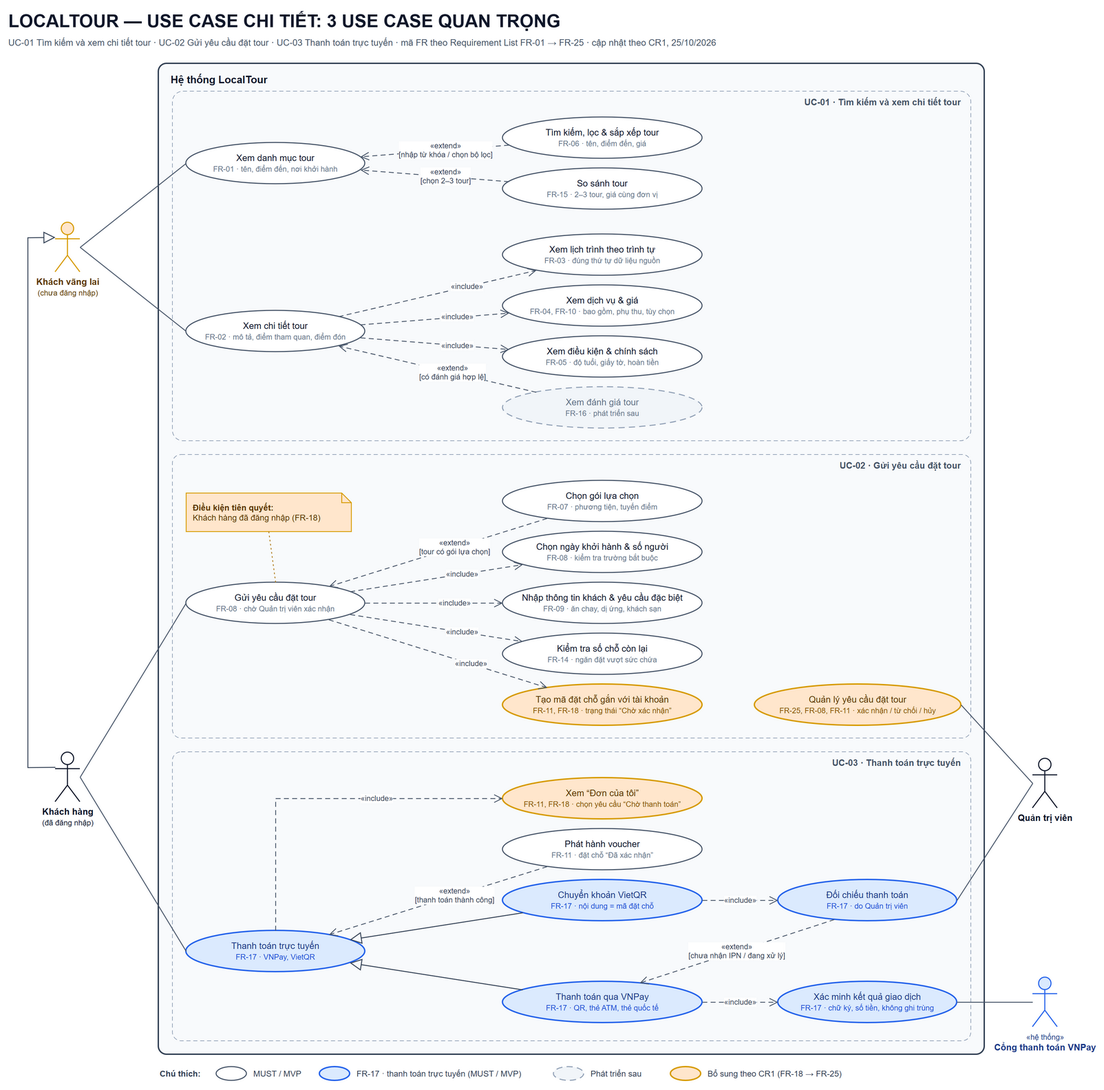
Before: docs/diagram/so-do-use-case-3-uc-quan-trong_localtour.drawio.png, a diagram exported from draw.io (kannar04/LocalTour_Project). Source tidied: cells renumbered, new cells last; positions are measured from the earlier drawing's top-left corner, leaving out a move shared by most shapes.
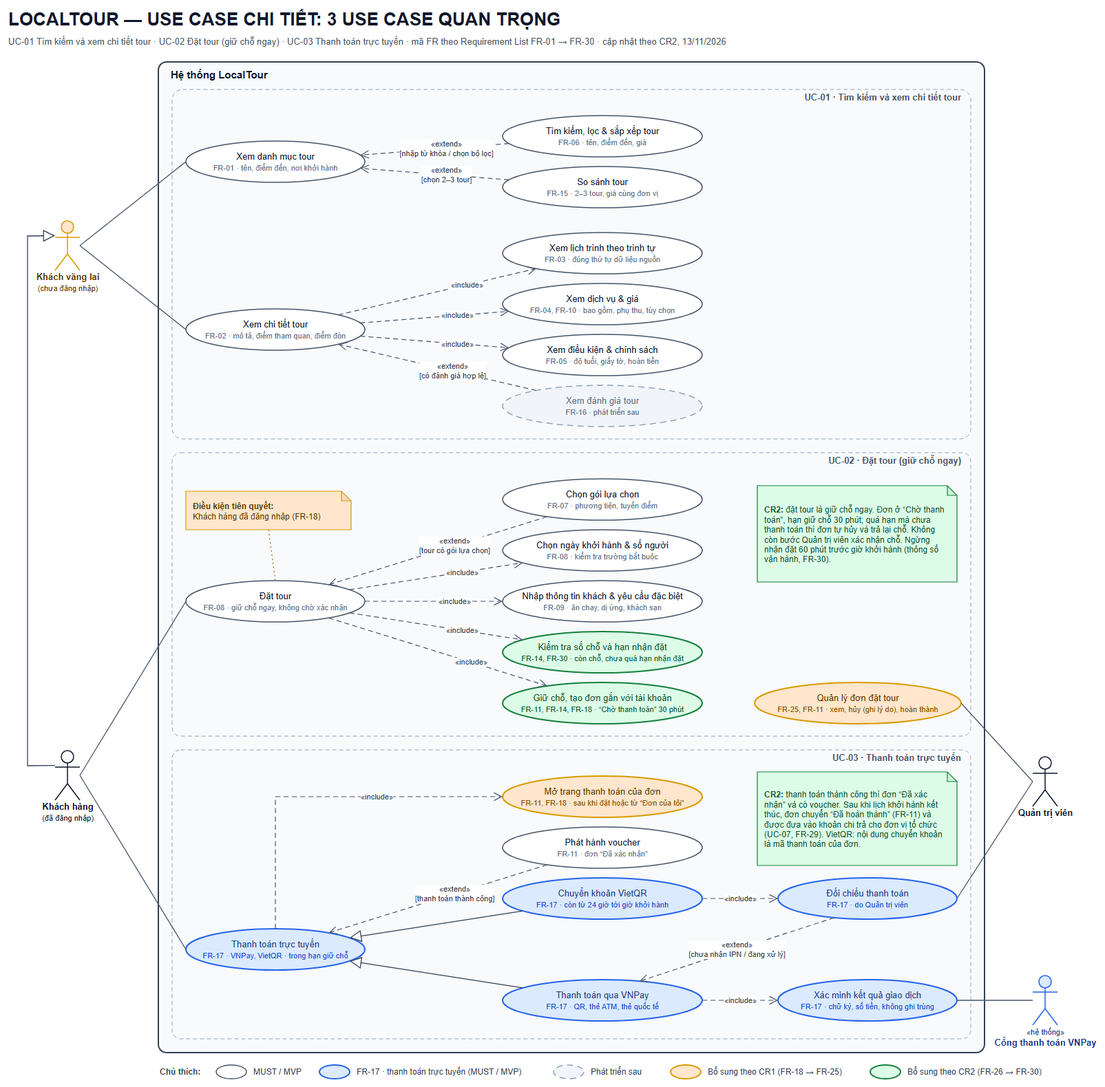
The same file after the commit.

Commit message:
6.11: Cập nhật sơ đồ Use Case, BPMN, phân rã chức năng và user flow theo CR2; thêm BPMN chi trả cho đơn vị tổ chức

What changed in the source:
```diff
@@ -5,7 +5,7 @@
     <mxCell id="2" value="LOCALTOUR — USE CASE CHI TIẾT: 3 USE CASE QUAN TRỌNG" style="text;html=1;align=left;verticalAlign=middle;fontSize=26;fontStyle=1;fontColor=#0f172a;" parent="1" vertex="1">
       <mxGeometry width="1400" height="40" as="geometry" />
     </mxCell>
-    <mxCell id="3" value="UC-01 Tìm kiếm và xem chi tiết tour · UC-02 Gửi yêu cầu đặt tour · UC-03 Thanh toán trực tuyến · mã FR theo Requirement List FR-01 → FR-25 · cập nhật theo CR1, 25/10/2026" style="text;html=1;align=left;verticalAlign=middle;fontSize=13;fontColor=#475569;" parent="1" vertex="1">
+    <mxCell id="3" value="UC-01 Tìm kiếm và xem chi tiết tour · UC-02 Đặt tour (giữ chỗ ngay) · UC-03 Thanh toán trực tuyến · mã FR theo Requirement List FR-01 → FR-30 · cập nhật theo CR2, 13/11/2026" style="text;html=1;align=left;verticalAlign=middle;fontSize=13;fontColor=#475569;" parent="1" vertex="1">
       <mxGeometry y="40" width="1400" height="24" as="geometry" />
     </mxCell>
     <mxCell id="4" value="Hệ thống LocalTour" style="rounded=1;arcSize=1;html=1;whiteSpace=wrap;fillColor=#f8fafc;strokeColor=#334155;strokeWidth=2;verticalAlign=top;align=left;spacingLeft=16;spacingTop=8;fontSize=15;fontStyle=1;fontColor=#0f172a;" parent="1" vertex="1">
@@ -14,7 +14,7 @@
     <mxCell id="5" value="UC-01 · Tìm kiếm và xem chi tiết tour" style="rounded=1;arcSize=3;html=1;whiteSpace=wrap;fillColor=none;strokeColor=#94a3b8;dashed=1;dashPattern=6 4;verticalAlign=top;align=left;spacingLeft=10;spacingTop=2;fontSize=12;fontStyle=1;fontColor=#64748b;align=right;spacingRight=12;fontSize=13;fontColor=#475569;" parent="1" vertex="1">
       <mxGeometry x="240" y="122" width="1160" height="508" as="geometry" />
     </mxCell>
-    <mxCell id="6" value="UC-02 · Gửi yêu cầu đặt tour" style="rounded=1;arcSize=3;html=1;whiteSpace=wrap;fillColor=none;strokeColor=#94a3b8;dashed=1;dashPattern=6 4;verticalAlign=top;align=left;spacingLeft=10;spacingTop=2;fontSize=12;fontStyle=1;fontColor=#64748b;align=right;spacingRight=12;fontSize=13;fontColor=#475569;" parent="1" vertex="1">
+    <mxCell id="6" value="UC-02 · Đặt tour (giữ chỗ ngay)" style="rounded=1;arcSize=3;html=1;whiteSpace=wrap;fillColor=none;strokeColor=#94a3b8;dashed=1;dashPattern=6 4;verticalAlign=top;align=left;spacingLeft=10;spacingTop=2;fontSize=12;fontStyle=1;fontColor=#64748b;align=right;spacingRight=12;fontSize=13;fontColor=#475569;" parent="1" vertex="1">
       <mxGeometry x="240" y="650" width="1160" height="412" as="geometry" />
     </mxCell>
     <mxCell id="7" value="UC-03 · Thanh toán trực tuyến" style="rounded=1;arcSize=3;html=1;whiteSpace=wrap;fillColor=none;strokeColor=#94a3b8;dashed=1;dashPattern=6 4;verticalAlign=top;align=left;spacingLeft=10;spacingTop=2;fontSize=12;fontStyle=1;fontColor=#64748b;align=right;spacingRight=12;fontSize=13;fontColor=#475569;" parent="1" vertex="1">
@@ -44,7 +44,7 @@
     <mxCell id="15" value="Xem đánh giá tour&lt;br&gt;&lt;span style=&quot;font-size:11px;color:#64748b&quot;&gt;FR-16 · phát triển sau&lt;/span&gt;" style="ellipse;html=1;whiteSpace=wrap;fillColor=#f1f5f9;strokeColor=#94a3b8;strokeWidth=1.5;dashed=1;dashPattern=6 4;fontSize=13;fontColor=#64748b;spacing=6;" parent="1" vertex="1">
       <mxGeometry x="720" y="552" width="290" height="60" as="geometry" />
     </mxCell>
-    <mxCell id="16" value="Gửi yêu cầu đặt tour&lt;br&gt;&lt;span style=&quot;font-size:11px;color:#64748b&quot;&gt;FR-08 · chờ Quản trị viên xác nhận&lt;/span&gt;" style="ellipse;html=1;whiteSpace=wrap;fillColor=#ffffff;strokeColor=#475569;strokeWidth=1.5;fontSize=13;fontColor=#0f172a;spacing=6;" parent="1" vertex="1">
+    <mxCell id="16" value="Đặt tour&lt;br&gt;&lt;span style=&quot;font-size:11px;color:#64748b&quot;&gt;FR-08 · giữ chỗ ngay, không chờ xác nhận&lt;/span&gt;" style="ellipse;html=1;whiteSpace=wrap;fillColor=#ffffff;strokeColor=#475569;strokeWidth=1.5;fontSize=13;fontColor=#0f172a;spacing=6;" parent="1" vertex="1">
       <mxGeometry x="260" y="836" width="260" height="60" as="geometry" />
     </mxCell>
     <mxCell id="17" value="Chọn gói lựa chọn&lt;br&gt;&lt;span style=&quot;font-size:11px;color:#64748b&quot;&gt;FR-07 · phương tiện, tuyến điểm&lt;/span&gt;" style="ellipse;html=1;whiteSpace=wrap;fillColor=#ffffff;strokeColor=#475569;strokeWidth=1.5;fontSize=13;fontColor=#0f172a;spacing=6;" parent="1" vertex="1">
@@ -56,25 +56,25 @@
     <mxCell id="19" value="Nhập thông tin khách &amp;amp; yêu cầu đặc biệt&lt;br&gt;&lt;span style=&quot;font-size:11px;color:#64748b&quot;&gt;FR-09 · ăn chay, dị ứng, khách sạn&lt;/span&gt;" style="ellipse;html=1;whiteSpace=wrap;fillColor=#ffffff;strokeColor=#475569;strokeWidth=1.5;fontSize=13;fontColor=#0f172a;spacing=6;" parent="1" vertex="1">
       <mxGeometry x="720" y="836" width="290" height="60" as="geometry" />
     </mxCell>
-    <mxCell id="20" value="Kiểm tra số chỗ còn lại&lt;br&gt;&lt;span style=&quot;font-size:11px;color:#64748b&quot;&gt;FR-14 · ngăn đặt vượt sức chứa&lt;/span&gt;" style="ellipse;html=1;whiteSpace=wrap;fillColor=#ffffff;strokeColor=#475569;strokeWidth=1.5;fontSize=13;fontColor=#0f172a;spacing=6;" parent="1" vertex="1">
+    <mxCell id="20" value="Kiểm tra số chỗ và hạn nhận đặt&lt;br&gt;&lt;span style=&quot;font-size:11px;color:#166534&quot;&gt;FR-14, FR-30 · còn chỗ, chưa quá hạn nhận đặt&lt;/span&gt;" style="ellipse;html=1;whiteSpace=wrap;fillColor=#dcfce7;strokeColor=#15803d;strokeWidth=2;fontSize=13;fontColor=#14532d;spacing=6;" parent="1" vertex="1">
       <mxGeometry x="720" y="910" width="290" height="60" as="geometry" />
     </mxCell>
-    <mxCell id="21" value="Tạo mã đặt chỗ gắn với tài khoản&lt;br&gt;&lt;span style=&quot;font-size:11px;color:#8a5300&quot;&gt;FR-11, FR-18 · trạng thái “Chờ xác nhận”&lt;/span&gt;" style="ellipse;html=1;whiteSpace=wrap;fillColor=#ffe6cc;strokeColor=#d79b00;strokeWidth=2;fontSize=13;fontColor=#5c3700;spacing=6;" parent="1" vertex="1">
+    <mxCell id="21" value="Giữ chỗ, tạo đơn gắn với tài khoản&lt;br&gt;&lt;span style=&quot;font-size:11px;color:#166534&quot;&gt;FR-11, FR-14, FR-18 · “Chờ thanh toán” 30 phút&lt;/span&gt;" style="ellipse;html=1;whiteSpace=wrap;fillColor=#dcfce7;strokeColor=#15803d;strokeWidth=2;fontSize=13;fontColor=#14532d;spacing=6;" parent="1" vertex="1">
       <mxGeometry x="720" y="984" width="290" height="60" as="geometry" />
     </mxCell>
-    <mxCell id="22" value="Quản lý yêu cầu đặt tour&lt;br&gt;&lt;span style=&quot;font-size:11px;color:#8a5300&quot;&gt;FR-25, FR-08, FR-11 · xác nhận / từ chối / hủy&lt;/span&gt;" style="ellipse;html=1;whiteSpace=wrap;fillColor=#ffe6cc;strokeColor=#d79b00;strokeWidth=2;fontSize=13;fontColor=#5c3700;spacing=6;" parent="1" vertex="1">
+    <mxCell id="22" value="Quản lý đơn đặt tour&lt;br&gt;&lt;span style=&quot;font-size:11px;color:#8a5300&quot;&gt;FR-25, FR-11 · xem, hủy (ghi lý do), hoàn thành&lt;/span&gt;" style="ellipse;html=1;whiteSpace=wrap;fillColor=#ffe6cc;strokeColor=#d79b00;strokeWidth=2;fontSize=13;fontColor=#5c3700;spacing=6;" parent="1" vertex="1">
       <mxGeometry x="1086" y="984" width="300" height="60" as="geometry" />
     </mxCell>
-    <mxCell id="23" value="Thanh toán trực tuyến&lt;br&gt;&lt;span style=&quot;font-size:11px;color:#1d4ed8&quot;&gt;FR-17 · VNPay, VietQR&lt;/span&gt;" style="ellipse;html=1;whiteSpace=wrap;fillColor=#dbeafe;strokeColor=#2563eb;strokeWidth=2;fontSize=13;fontColor=#1e3a8a;spacing=6;" parent="1" vertex="1">
+    <mxCell id="23" value="Thanh toán trực tuyến&lt;br&gt;&lt;span style=&quot;font-size:11px;color:#1d4ed8&quot;&gt;FR-17 · VNPay, VietQR · trong hạn giữ chỗ&lt;/span&gt;" style="ellipse;html=1;whiteSpace=wrap;fillColor=#dbeafe;strokeColor=#2563eb;strokeWidth=2;fontSize=13;fontColor=#1e3a8a;spacing=6;" parent="1" vertex="1">
       <mxGeometry x="260" y="1342" width="260" height="60" as="geometry" />
     </mxCell>
-    <mxCell id="24" value="Xem “Đơn của tôi”&lt;br&gt;&lt;span style=&quot;font-size:11px;color:#8a5300&quot;&gt;FR-11, FR-18 · chọn yêu cầu “Chờ thanh toán”&lt;/span&gt;" style="ellipse;html=1;whiteSpace=wrap;fillColor=#ffe6cc;strokeColor=#d79b00;strokeWidth=2;fontSize=13;fontColor=#5c3700;spacing=6;" parent="1" vertex="1">
+    <mxCell id="24" value="Mở trang thanh toán của đơn&lt;br&gt;&lt;span style=&quot;font-size:11px;color:#8a5300&quot;&gt;FR-11, FR-18 · sau khi đặt hoặc từ “Đơn của tôi”&lt;/span&gt;" style="ellipse;html=1;whiteSpace=wrap;fillColor=#ffe6cc;strokeColor=#d79b00;strokeWidth=2;fontSize=13;fontColor=#5c3700;spacing=6;" parent="1" vertex="1">
       <mxGeometry x="720" y="1120" width="290" height="60" as="geometry" />
     </mxCell>
-    <mxCell id="25" value="Phát hành voucher&lt;br&gt;&lt;span style=&quot;font-size:11px;color:#64748b&quot;&gt;FR-11 · đặt chỗ “Đã xác nhận”&lt;/span&gt;" style="ellipse;html=1;whiteSpace=wrap;fillColor=#ffffff;strokeColor=#475569;strokeWidth=1.5;fontSize=13;fontColor=#0f172a;spacing=6;" parent="1" vertex="1">
+    <mxCell id="25" value="Phát hành voucher&lt;br&gt;&lt;span style=&quot;font-size:11px;color:#64748b&quot;&gt;FR-11 · đơn “Đã xác nhận”&lt;/span&gt;" style="ellipse;html=1;whiteSpace=wrap;fillColor=#ffffff;strokeColor=#475569;strokeWidth=1.5;fontSize=13;fontColor=#0f172a;spacing=6;" parent="1" vertex="1">
       <mxGeometry x="720" y="1194" width="290" height="60" as="geometry" />
     </mxCell>
-    <mxCell id="26" value="Chuyển khoản VietQR&lt;br&gt;&lt;span style=&quot;font-size:11px;color:#1d4ed8&quot;&gt;FR-17 · nội dung = mã đặt chỗ&lt;/span&gt;" style="ellipse;html=1;whiteSpace=wrap;fillColor=#dbeafe;strokeColor=#2563eb;strokeWidth=2;fontSize=13;fontColor=#1e3a8a;spacing=6;" parent="1" vertex="1">
+    <mxCell id="26" value="Chuyển khoản VietQR&lt;br&gt;&lt;span style=&quot;font-size:11px;color:#1d4ed8&quot;&gt;FR-17 · còn từ 24 giờ tới giờ khởi hành&lt;/span&gt;" style="ellipse;html=1;whiteSpace=wrap;fillColor=#dbeafe;strokeColor=#2563eb;strokeWidth=2;fontSize=13;fontColor=#1e3a8a;spacing=6;" parent="1" vertex="1">
       <mxGeometry x="720" y="1268" width="290" height="60" as="geometry" />
     </mxCell>
     <mxCell id="27" value="Thanh toán qua VNPay&lt;br&gt;&lt;span style=&quot;font-size:11px;color:#1d4ed8&quot;&gt;FR-17 · QR, thẻ ATM, thẻ quốc tế&lt;/span&gt;" style="ellipse;html=1;whiteSpace=wrap;fillColor=#dbeafe;strokeColor=#2563eb;strokeWidth=2;fontSize=13;fontColor=#1e3a8a;spacing=6;" parent="1" vertex="1">
@@ -188,6 +188,12 @@
     <mxCell id="60" value="&lt;b&gt;Điều kiện tiên quyết:&lt;/b&gt;&lt;br&gt;Khách hàng đã đăng nhập (FR-18)" style="shape=note;html=1;whiteSpace=wrap;size=14;fillColor=#ffe6cc;strokeColor=#d79b00;strokeWidth=1.2;fontSize=12;fontColor=#5c3700;align=left;verticalAlign=middle;spacingLeft=8;spacingRight=10;spacingTop=2;" parent="1" vertex="1">
       <mxGeometry x="260" y="706" width="240" height="56" as="geometry" />
     </mxCell>
+    <mxCell id="71" value="&lt;b&gt;CR2:&lt;/b&gt; đặt tour là giữ chỗ ngay. Đơn ở “Chờ thanh toán”, hạn giữ chỗ 30 phút; quá hạn mà chưa thanh toán thì đơn tự hủy và trả lại chỗ. Không còn bước Quản trị viên xác nhận chỗ. Ngừng nhận đặt 60 phút trước giờ khởi hành (thông số vận hành, FR-30)." style="shape=note;html=1;whiteSpace=wrap;size=14;fillColor=#dcfce7;strokeColor=#15803d;strokeWidth=1.2;fontSize=12;fontColor=#14532d;align=left;verticalAlign=middle;spacingLeft=8;spacingRight=10;spacingTop=2;" parent="1" vertex="1">
+      <mxGeometry x="1090" y="698" width="290" height="140" as="geometry" />
+    </mxCell>
+    <mxCell id="72" value="&lt;b&gt;CR2:&lt;/b&gt; thanh toán thành công thì đơn “Đã xác nhận” và có voucher. Sau khi lịch khởi hành kết thúc, đơn chuyển “Đã hoàn thành” (FR-11) và được đưa vào khoản chi trả cho đơn vị tổ chức (UC-07, FR-29). VietQR: nội dung chuyển khoản là mã thanh toán của đơn." style="shape=note;html=1;whiteSpace=wrap;size=14;fillColor=#dcfce7;strokeColor=#15803d;strokeWidth=1.2;fontSize=12;fontColor=#14532d;align=left;verticalAlign=middle;spacingLeft=8;spacingRight=10;spacingTop=2;" parent="1" vertex="1">
+      <mxGeometry x="1090" y="1114" width="290" height="136" as="geometry" />
+    </mxCell>
     <mxCell id="61" style="html=1;endArrow=none;rounded=0;dashed=1;dashPattern=2 3;strokeColor=#b07a1a;strokeWidth=1.2;exitX=0.5;exitY=1;exitDx=0;exitDy=0;entryX=0.5;entryY=0;entryDx=0;entryDy=0;" parent="1" edge="1" source="60" target="16">
       <mxGeometry relative="1" as="geometry" />
     </mxCell>
@@ -218,5 +224,11 @@
     <mxCell id="70" value="Bổ sung theo CR1 (FR-18 → FR-25)" style="text;html=1;align=left;verticalAlign=middle;fontSize=12;fontColor=#334155;whiteSpace=wrap;" parent="1" vertex="1">
       <mxGeometry x="1016" y="1538" width="220" height="24" as="geometry" />
     </mxCell>
+    <mxCell id="73" style="ellipse;html=1;whiteSpace=wrap;fillColor=#dcfce7;strokeColor=#15803d;strokeWidth=2;fontSize=13;fontColor=#14532d;spacing=6;" parent="1" vertex="1">
+      <mxGeometry x="1254" y="1540" width="44" height="20" as="geometry" />
+    </mxCell>
+    <mxCell id="74" value="Bổ sung theo CR2 (FR-26 → FR-30)" style="text;html=1;align=left;verticalAlign=middle;fontSize=12;fontColor=#334155;whiteSpace=wrap;" parent="1" vertex="1">
+      <mxGeometry x="1306" y="1538" width="230" height="24" as="geometry" />
+    </mxCell>
   </root>
 </mxGraphModel>
```
